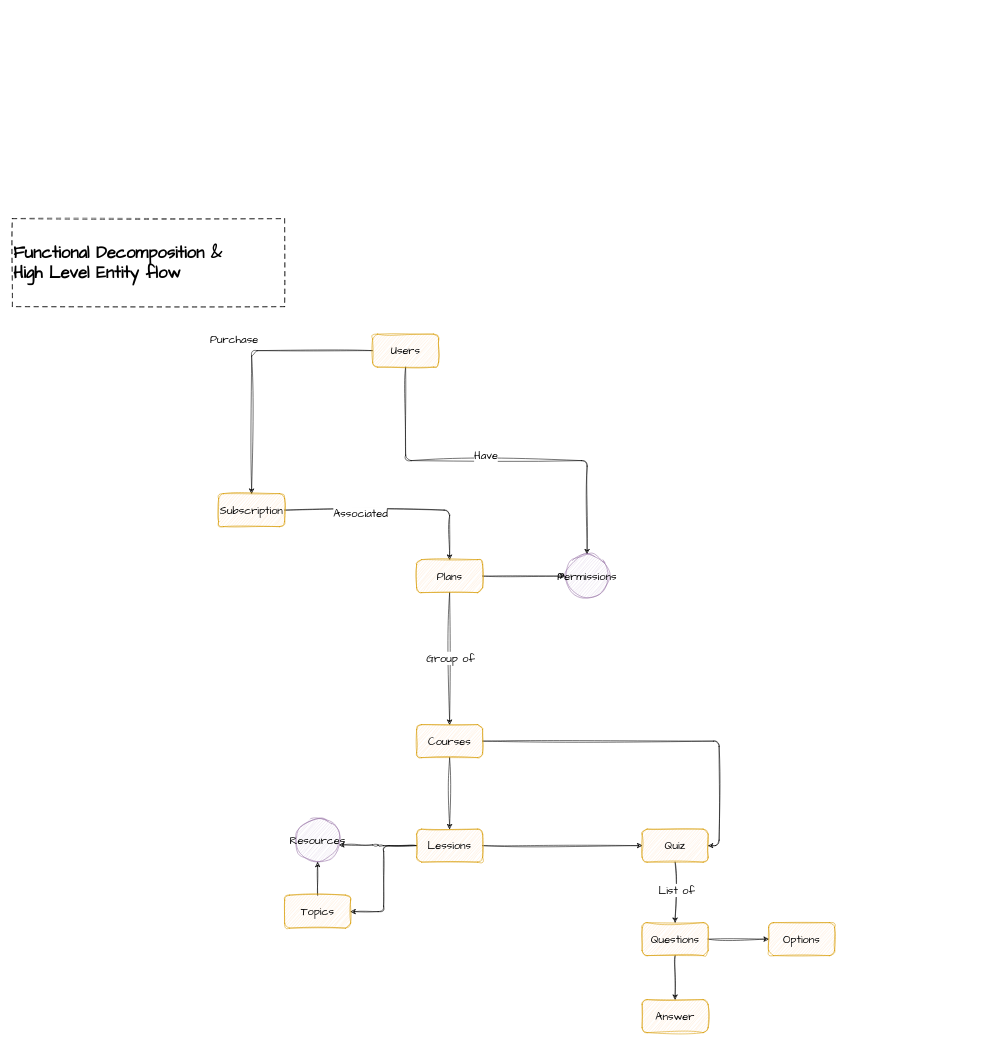
Above: LMS.drawio in rut2/diagrams (draw.io), before the change. Source tidied: cells renumbered, new cells numbered last; positions are measured from the earlier drawing's top-left corner, leaving out a move shared by most shapes. Both pictures are drawn from the tidied source at 55%, with x=0, y=0 at pixel (12, 218).
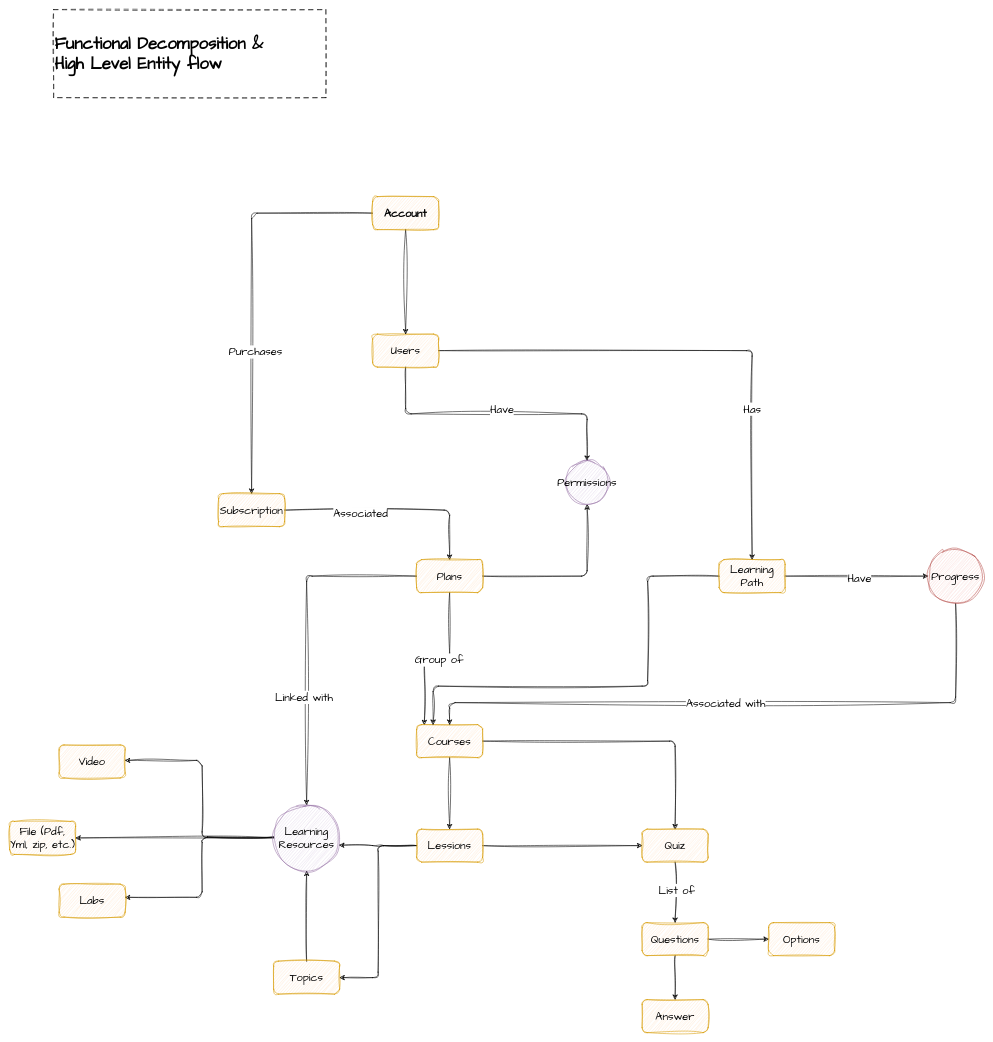
The same diagram, later.

Unchanged cells that the change refers to:
```xml
<mxCell id="6" value="Users" style="rounded=1;whiteSpace=wrap;html=1;sketch=1;hachureGap=4;jiggle=2;curveFitting=1;fontFamily=Architects Daughter;fontSize=20;fillColor=#ffe6cc;strokeColor=#d79b00;" parent="1" vertex="1">
  <mxGeometry x="655" y="210" width="120" height="60" as="geometry" />
</mxCell>
<mxCell id="9" value="Subscription" style="rounded=1;whiteSpace=wrap;html=1;sketch=1;hachureGap=4;jiggle=2;curveFitting=1;fontFamily=Architects Daughter;fontSize=20;fillColor=#ffe6cc;strokeColor=#d79b00;" parent="1" vertex="1">
  <mxGeometry x="375" y="500" width="120" height="60" as="geometry" />
</mxCell>
<mxCell id="13" value="Plans" style="whiteSpace=wrap;html=1;fontSize=20;fontFamily=Architects Daughter;fillColor=#ffe6cc;strokeColor=#d79b00;rounded=1;sketch=1;hachureGap=4;jiggle=2;curveFitting=1;" parent="1" vertex="1">
  <mxGeometry x="735" y="620" width="120" height="60" as="geometry" />
</mxCell>
<mxCell id="17" value="Courses" style="whiteSpace=wrap;html=1;fontSize=20;fontFamily=Architects Daughter;fillColor=#ffe6cc;strokeColor=#d79b00;rounded=1;sketch=1;hachureGap=4;jiggle=2;curveFitting=1;" parent="1" vertex="1">
  <mxGeometry x="735" y="920" width="120" height="60" as="geometry" />
</mxCell>
<mxCell id="26" value="Quiz" style="whiteSpace=wrap;html=1;fontSize=20;fontFamily=Architects Daughter;fillColor=#ffe6cc;strokeColor=#d79b00;rounded=1;sketch=1;hachureGap=4;jiggle=2;curveFitting=1;glass=0;" parent="1" vertex="1">
  <mxGeometry x="1145" y="1110" width="120" height="60" as="geometry" />
</mxCell>
```

Change to the diagram source:
```diff
@@
-    <mxCell id="2" style="edgeStyle=orthogonalEdgeStyle;rounded=1;sketch=1;hachureGap=4;jiggle=2;curveFitting=1;jettySize=auto;html=1;fontFamily=Architects Daughter;fontSize=16;curved=0;" parent="1" edge="1" source="6" target="9">
+    <mxCell id="2" style="edgeStyle=orthogonalEdgeStyle;rounded=1;sketch=1;hachureGap=4;jiggle=2;curveFitting=1;jettySize=auto;html=1;fontFamily=Architects Daughter;fontSize=16;curved=0;exitX=0;exitY=0.5;exitDx=0;exitDy=0;" parent="1" edge="1" source="53" target="9">
       <mxGeometry relative="1" as="geometry" />
     </mxCell>
-    <mxCell id="3" value="Purchase" style="edgeLabel;html=1;align=center;verticalAlign=middle;fontSize=20;fontFamily=Architects Daughter;rounded=1;" parent="2" vertex="1">
-      <mxGeometry x="-0.08" y="22" relative="1" as="geometry">
-        <mxPoint x="-55" y="-22" as="offset" />
-      </mxGeometry>
-    </mxCell>
+    <mxCell id="34" value="Purchases" style="edgeLabel;html=1;align=center;verticalAlign=middle;fontSize=20;fontFamily=Architects Daughter;fontColor=default;" parent="2" vertex="1">
+      <mxGeometry x="0.29" y="6" relative="1" as="geometry" />
+    </mxCell>
@@
+    <mxCell id="35" style="edgeStyle=orthogonalEdgeStyle;rounded=1;sketch=1;hachureGap=4;jiggle=2;curveFitting=1;jettySize=auto;html=1;fontFamily=Architects Daughter;fontSize=20;fontColor=default;" parent="1" edge="1" source="6" target="48">
+      <mxGeometry relative="1" as="geometry" />
+    </mxCell>
+    <mxCell id="36" value="Has" style="edgeLabel;html=1;align=center;verticalAlign=middle;fontSize=20;fontFamily=Architects Daughter;fontColor=default;" parent="35" vertex="1">
+      <mxGeometry x="0.42" y="-1" relative="1" as="geometry" />
+    </mxCell>
@@
-    <mxCell id="11" style="edgeStyle=orthogonalEdgeStyle;rounded=1;sketch=1;hachureGap=4;jiggle=2;curveFitting=1;jettySize=auto;html=1;fontFamily=Architects Daughter;fontSize=16;" parent="1" edge="1" source="13" target="17">
+    <mxCell id="11" style="edgeStyle=orthogonalEdgeStyle;rounded=1;sketch=1;hachureGap=4;jiggle=2;curveFitting=1;jettySize=auto;html=1;fontFamily=Architects Daughter;fontSize=16;entryX=0.117;entryY=0.008;entryDx=0;entryDy=0;entryPerimeter=0;" parent="1" edge="1" source="13" target="17">
       <mxGeometry relative="1" as="geometry" />
     </mxCell>
@@
+    <mxCell id="37" style="edgeStyle=orthogonalEdgeStyle;rounded=1;sketch=1;hachureGap=4;jiggle=2;curveFitting=1;jettySize=auto;html=1;entryX=0.5;entryY=0;entryDx=0;entryDy=0;fontFamily=Architects Daughter;fontSize=20;fontColor=default;" parent="1" edge="1" source="13" target="27">
+      <mxGeometry relative="1" as="geometry" />
+    </mxCell>
+    <mxCell id="38" value="Linked with" style="edgeLabel;html=1;align=center;verticalAlign=middle;fontSize=20;fontFamily=Architects Daughter;fontColor=default;" parent="37" vertex="1">
+      <mxGeometry x="0.36" y="-6" relative="1" as="geometry" />
+    </mxCell>
@@
     <mxCell id="14" value="Permissions" style="ellipse;whiteSpace=wrap;html=1;fontSize=20;fontFamily=Architects Daughter;fillColor=#e1d5e7;strokeColor=#9673a6;rounded=1;sketch=1;hachureGap=4;jiggle=2;curveFitting=1;" parent="1" vertex="1">
-      <mxGeometry x="1005" y="610" width="80" height="80" as="geometry" />
+      <mxGeometry x="1005" y="440" width="80" height="80" as="geometry" />
     </mxCell>
@@
-    <mxCell id="16" style="edgeStyle=orthogonalEdgeStyle;rounded=1;sketch=1;hachureGap=4;jiggle=2;curveFitting=1;jettySize=auto;html=1;entryX=1;entryY=0.5;entryDx=0;entryDy=0;fontFamily=Architects Daughter;fontSize=16;" parent="1" edge="1" source="17" target="26">
+    <mxCell id="16" style="edgeStyle=orthogonalEdgeStyle;rounded=1;sketch=1;hachureGap=4;jiggle=2;curveFitting=1;jettySize=auto;html=1;entryX=0.5;entryY=0;entryDx=0;entryDy=0;fontFamily=Architects Daughter;fontSize=16;" parent="1" edge="1" source="17" target="26">
       <mxGeometry relative="1" as="geometry" />
     </mxCell>
@@
     <mxCell id="23" value="Topics" style="whiteSpace=wrap;html=1;fontSize=20;fontFamily=Architects Daughter;fillColor=#ffe6cc;strokeColor=#d79b00;rounded=1;sketch=1;hachureGap=4;jiggle=2;curveFitting=1;" parent="1" vertex="1">
-      <mxGeometry x="495" y="1230" width="120" height="60" as="geometry" />
+      <mxGeometry x="475" y="1350" width="120" height="60" as="geometry" />
     </mxCell>
@@
+    <mxCell id="39" style="edgeStyle=orthogonalEdgeStyle;rounded=1;sketch=1;hachureGap=4;jiggle=2;curveFitting=1;orthogonalLoop=1;jettySize=auto;html=1;fontFamily=Architects Daughter;fontSize=20;fontColor=default;" parent="1" edge="1">
+      <mxGeometry relative="1" as="geometry">
+        <mxPoint x="475.1" y="1125" as="sourcePoint" />
+        <mxPoint x="205" y="985" as="targetPoint" />
+        <Array as="points">
+          <mxPoint x="345" y="1125" />
+          <mxPoint x="345" y="985" />
+        </Array>
+      </mxGeometry>
+    </mxCell>
+    <mxCell id="40" style="edgeStyle=orthogonalEdgeStyle;rounded=1;sketch=1;hachureGap=4;jiggle=2;curveFitting=1;jettySize=auto;html=1;fontFamily=Architects Daughter;fontSize=20;fontColor=default;" parent="1" edge="1" source="27" target="43">
+      <mxGeometry relative="1" as="geometry" />
+    </mxCell>
+    <mxCell id="41" style="edgeStyle=orthogonalEdgeStyle;rounded=1;sketch=1;hachureGap=4;jiggle=2;curveFitting=1;orthogonalLoop=1;jettySize=auto;html=1;fontFamily=Architects Daughter;fontSize=20;fontColor=default;" parent="1" edge="1">
+      <mxGeometry relative="1" as="geometry">
+        <mxPoint x="475.1" y="1124" as="sourcePoint" />
+        <mxPoint x="205" y="1234" as="targetPoint" />
+        <Array as="points">
+          <mxPoint x="345" y="1124" />
+          <mxPoint x="345" y="1234" />
+        </Array>
+      </mxGeometry>
+    </mxCell>
-    <mxCell id="27" value="Resources" style="ellipse;whiteSpace=wrap;html=1;fontSize=20;fontFamily=Architects Daughter;fillColor=#e1d5e7;strokeColor=#9673a6;rounded=1;sketch=1;hachureGap=4;jiggle=2;curveFitting=1;" parent="1" vertex="1">
-      <mxGeometry x="515" y="1090" width="80" height="80" as="geometry" />
+    <mxCell id="27" value="Learning&lt;br&gt;Resources" style="ellipse;whiteSpace=wrap;html=1;fontSize=20;fontFamily=Architects Daughter;fillColor=#e1d5e7;strokeColor=#9673a6;rounded=1;sketch=1;hachureGap=4;jiggle=2;curveFitting=1;" parent="1" vertex="1">
+      <mxGeometry x="475" y="1066" width="120" height="120" as="geometry" />
     </mxCell>
     <mxCell id="28" value="&lt;b style=&quot;font-size: 30px;&quot;&gt;Functional&amp;nbsp;Decomposition &amp;amp; &lt;br style=&quot;font-size: 30px;&quot;&gt;High Level Entity flow&lt;/b&gt;" style="rounded=0;whiteSpace=wrap;html=1;sketch=1;hachureGap=4;jiggle=2;curveFitting=1;fontFamily=Architects Daughter;fontSize=30;align=left;fillColor=none;dashed=1;dashPattern=8 8;" parent="1" vertex="1">
-      <mxGeometry width="495" height="160" as="geometry" />
+      <mxGeometry x="75" y="-380" width="495" height="160" as="geometry" />
     </mxCell>
@@
+    <mxCell id="42" value="Video" style="whiteSpace=wrap;html=1;fontSize=20;fontFamily=Architects Daughter;fillColor=#ffe6cc;strokeColor=#d79b00;rounded=1;sketch=1;hachureGap=4;jiggle=2;curveFitting=1;" parent="1" vertex="1">
+      <mxGeometry x="85" y="957" width="120" height="60" as="geometry" />
+    </mxCell>
+    <mxCell id="43" value="File (Pdf, Yml, zip, etc.)" style="whiteSpace=wrap;html=1;fontSize=20;fontFamily=Architects Daughter;fillColor=#ffe6cc;strokeColor=#d79b00;rounded=1;sketch=1;hachureGap=4;jiggle=2;curveFitting=1;" parent="1" vertex="1">
+      <mxGeometry x="-5" y="1096" width="120" height="60" as="geometry" />
+    </mxCell>
+    <mxCell id="44" value="Labs" style="whiteSpace=wrap;html=1;fontSize=20;fontFamily=Architects Daughter;fillColor=#ffe6cc;strokeColor=#d79b00;rounded=1;sketch=1;hachureGap=4;jiggle=2;curveFitting=1;" parent="1" vertex="1">
+      <mxGeometry x="85" y="1210" width="120" height="60" as="geometry" />
+    </mxCell>
+    <mxCell id="45" style="edgeStyle=orthogonalEdgeStyle;rounded=1;sketch=1;hachureGap=4;jiggle=2;curveFitting=1;jettySize=auto;html=1;entryX=0.25;entryY=0;entryDx=0;entryDy=0;fontFamily=Architects Daughter;fontSize=20;fontColor=default;" parent="1" edge="1" source="48" target="17">
+      <mxGeometry relative="1" as="geometry">
+        <Array as="points">
+          <mxPoint x="1155" y="650" />
+          <mxPoint x="1155" y="850" />
+          <mxPoint x="765" y="850" />
+        </Array>
+      </mxGeometry>
+    </mxCell>
+    <mxCell id="46" style="edgeStyle=orthogonalEdgeStyle;rounded=1;sketch=1;hachureGap=4;jiggle=2;curveFitting=1;jettySize=auto;html=1;fontFamily=Architects Daughter;fontSize=20;fontColor=default;" parent="1" edge="1" source="48" target="51">
+      <mxGeometry relative="1" as="geometry" />
+    </mxCell>
+    <mxCell id="47" value="Have" style="edgeLabel;html=1;align=center;verticalAlign=middle;fontSize=20;fontFamily=Architects Daughter;fontColor=default;" parent="46" vertex="1">
+      <mxGeometry x="0.04" y="-3" relative="1" as="geometry">
+        <mxPoint x="-1" as="offset" />
+      </mxGeometry>
+    </mxCell>
+    <mxCell id="48" value="Learning Path" style="rounded=1;whiteSpace=wrap;html=1;sketch=1;hachureGap=4;jiggle=2;curveFitting=1;fontFamily=Architects Daughter;fontSize=20;fillColor=#ffe6cc;strokeColor=#d79b00;" parent="1" vertex="1">
+      <mxGeometry x="1285" y="620" width="120" height="60" as="geometry" />
+    </mxCell>
+    <mxCell id="49" style="edgeStyle=orthogonalEdgeStyle;rounded=1;sketch=1;hachureGap=4;jiggle=2;curveFitting=1;jettySize=auto;html=1;entryX=0.5;entryY=0;entryDx=0;entryDy=0;fontFamily=Architects Daughter;fontSize=20;fontColor=default;exitX=0.5;exitY=1;exitDx=0;exitDy=0;" parent="1" edge="1" source="51" target="17">
+      <mxGeometry relative="1" as="geometry">
+        <Array as="points">
+          <mxPoint x="1715" y="880" />
+          <mxPoint x="795" y="880" />
+        </Array>
+      </mxGeometry>
+    </mxCell>
+    <mxCell id="50" value="Associated with" style="edgeLabel;html=1;align=center;verticalAlign=middle;fontSize=20;fontFamily=Architects Daughter;fontColor=default;" parent="49" vertex="1">
+      <mxGeometry x="0.05" relative="1" as="geometry" />
+    </mxCell>
+    <mxCell id="51" value="Progress" style="ellipse;whiteSpace=wrap;html=1;fontSize=20;fontFamily=Architects Daughter;fillColor=#f8cecc;strokeColor=#b85450;rounded=1;sketch=1;hachureGap=4;jiggle=2;curveFitting=1;" parent="1" vertex="1">
+      <mxGeometry x="1665" y="600" width="100" height="100" as="geometry" />
+    </mxCell>
+    <mxCell id="52" style="edgeStyle=orthogonalEdgeStyle;rounded=0;sketch=1;hachureGap=4;jiggle=2;curveFitting=1;jettySize=auto;html=1;entryX=0.5;entryY=0;entryDx=0;entryDy=0;fontFamily=Architects Daughter;fontSize=16;" parent="1" edge="1" source="53" target="6">
+      <mxGeometry relative="1" as="geometry" />
+    </mxCell>
+    <mxCell id="53" value="Account" style="rounded=1;whiteSpace=wrap;html=1;sketch=1;hachureGap=4;jiggle=2;curveFitting=1;fontFamily=Architects Daughter;fontSize=20;fillColor=#ffe6cc;strokeColor=#d79b00;fontStyle=1;" parent="1" vertex="1">
+      <mxGeometry x="655" y="-40" width="120" height="60" as="geometry" />
+    </mxCell>
```
